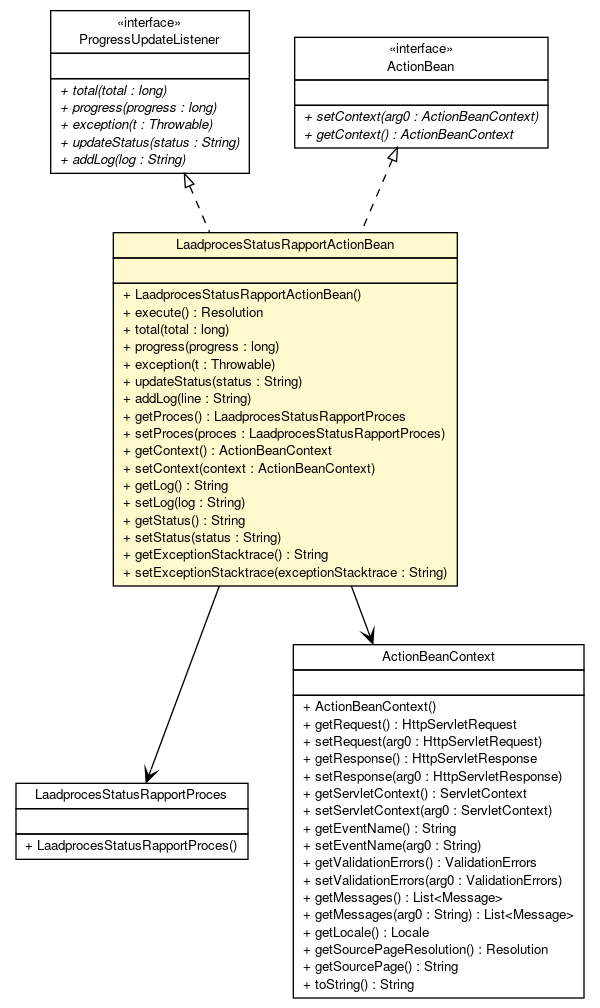
Before: brmo-service/apidocs/nl/b3p/brmo/service/stripes/LaadprocesStatusRapportActionBean.png, a diagram exported from Graphviz (B3Partners/brmo). Its source is kept beside it as brmo-service/apidocs/nl/b3p/brmo/service/stripes/LaadprocesStatusRapportActionBean.dot.
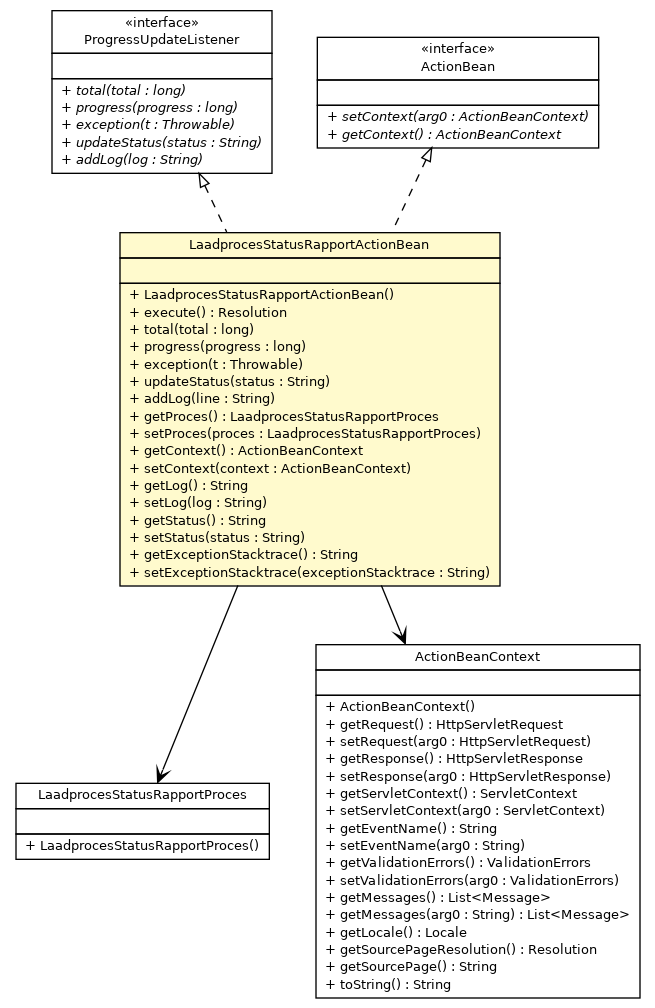
After the change.

What changed in the source:
```diff
@@ -4,7 +4,23 @@
 	node [fontname="Helvetica",fontsize=10,shape=plaintext];
 	nodesep=0.25;
 	ranksep=0.5;
-	c1899 [label=<<table title="nl.b3p.brmo.service.stripes.LaadprocesStatusRapportActionBean" border="0" cellborder="1" cellspacing="0" cellpadding="2" port="p" bgcolor="lemonChiffon" href="./LaadprocesStatusRapportActionBean.html">
+	c1904 [label=<<table title="nl.b3p.brmo.service.scanner.ProgressUpdateListener" border="0" cellborder="1" cellspacing="0" cellpadding="2" port="p" href="../scanner/ProgressUpdateListener.html">
+		<tr><td><table border="0" cellspacing="0" cellpadding="1">
+<tr><td align="center" balign="center"> &#171;interface&#187; </td></tr>
+<tr><td align="center" balign="center"> ProgressUpdateListener </td></tr>
+		</table></td></tr>
+		<tr><td><table border="0" cellspacing="0" cellpadding="1">
+<tr><td align="left" balign="left">  </td></tr>
+		</table></td></tr>
+		<tr><td><table border="0" cellspacing="0" cellpadding="1">
+<tr><td align="left" balign="left"><font face="Helvetica-Oblique" point-size="10.0"> + total(total : long) </font></td></tr>
+<tr><td align="left" balign="left"><font face="Helvetica-Oblique" point-size="10.0"> + progress(progress : long) </font></td></tr>
+<tr><td align="left" balign="left"><font face="Helvetica-Oblique" point-size="10.0"> + exception(t : Throwable) </font></td></tr>
+<tr><td align="left" balign="left"><font face="Helvetica-Oblique" point-size="10.0"> + updateStatus(status : String) </font></td></tr>
+<tr><td align="left" balign="left"><font face="Helvetica-Oblique" point-size="10.0"> + addLog(log : String) </font></td></tr>
+		</table></td></tr>
+		</table>>, URL="../scanner/ProgressUpdateListener.html", fontname="Helvetica", fontcolor="black", fontsize=10.0];
+	c1925 [label=<<table title="nl.b3p.brmo.service.stripes.LaadprocesStatusRapportActionBean" border="0" cellborder="1" cellspacing="0" cellpadding="2" port="p" bgcolor="lemonChiffon" href="./LaadprocesStatusRapportActionBean.html">
 		<tr><td><table border="0" cellspacing="0" cellpadding="1">
 <tr><td align="center" balign="center"> LaadprocesStatusRapportActionBean </td></tr>
 		</table></td></tr>
@@ -31,26 +47,10 @@
 <tr><td align="left" balign="left"> + setExceptionStacktrace(exceptionStacktrace : String) </td></tr>
 		</table></td></tr>
 		</table>>, URL="./LaadprocesStatusRapportActionBean.html", fontname="Helvetica", fontcolor="black", fontsize=10.0];
-	c1918 [label=<<table title="nl.b3p.brmo.service.scanner.ProgressUpdateListener" border="0" cellborder="1" cellspacing="0" cellpadding="2" port="p" href="../scanner/ProgressUpdateListener.html">
-		<tr><td><table border="0" cellspacing="0" cellpadding="1">
-<tr><td align="center" balign="center"> &#171;interface&#187; </td></tr>
-<tr><td align="center" balign="center"> ProgressUpdateListener </td></tr>
-		</table></td></tr>
-		<tr><td><table border="0" cellspacing="0" cellpadding="1">
-<tr><td align="left" balign="left">  </td></tr>
-		</table></td></tr>
-		<tr><td><table border="0" cellspacing="0" cellpadding="1">
-<tr><td align="left" balign="left"><font face="Helvetica-Oblique" point-size="10.0"> + total(total : long) </font></td></tr>
-<tr><td align="left" balign="left"><font face="Helvetica-Oblique" point-size="10.0"> + progress(progress : long) </font></td></tr>
-<tr><td align="left" balign="left"><font face="Helvetica-Oblique" point-size="10.0"> + exception(t : Throwable) </font></td></tr>
-<tr><td align="left" balign="left"><font face="Helvetica-Oblique" point-size="10.0"> + updateStatus(status : String) </font></td></tr>
-<tr><td align="left" balign="left"><font face="Helvetica-Oblique" point-size="10.0"> + addLog(log : String) </font></td></tr>
-		</table></td></tr>
-		</table>>, URL="../scanner/ProgressUpdateListener.html", fontname="Helvetica", fontcolor="black", fontsize=10.0];
-	c1934:p -> c1899:p [dir=back,arrowtail=empty,style=dashed];
-	c1918:p -> c1899:p [dir=back,arrowtail=empty,style=dashed];
-	c1899:p -> c1935:p [taillabel="", label="", headlabel="", fontname="Helvetica", fontcolor="black", fontsize=10.0, color="black", arrowhead=open];
-	c1899:p -> c1936:p [taillabel="", label="", headlabel="", fontname="Helvetica", fontcolor="black", fontsize=10.0, color="black", arrowhead=open];
+	c1934:p -> c1925:p [dir=back,arrowtail=empty,style=dashed];
+	c1904:p -> c1925:p [dir=back,arrowtail=empty,style=dashed];
+	c1925:p -> c1935:p [taillabel="", label="", headlabel="", fontname="Helvetica", fontcolor="black", fontsize=10.0, color="black", arrowhead=open];
+	c1925:p -> c1936:p [taillabel="", label="", headlabel="", fontname="Helvetica", fontcolor="black", fontsize=10.0, color="black", arrowhead=open];
 	c1934 [label=<<table title="net.sourceforge.stripes.action.ActionBean" border="0" cellborder="1" cellspacing="0" cellpadding="2" port="p">
 		<tr><td><table border="0" cellspacing="0" cellpadding="1">
 <tr><td align="center" balign="center"> &#171;interface&#187; </td></tr>
```
